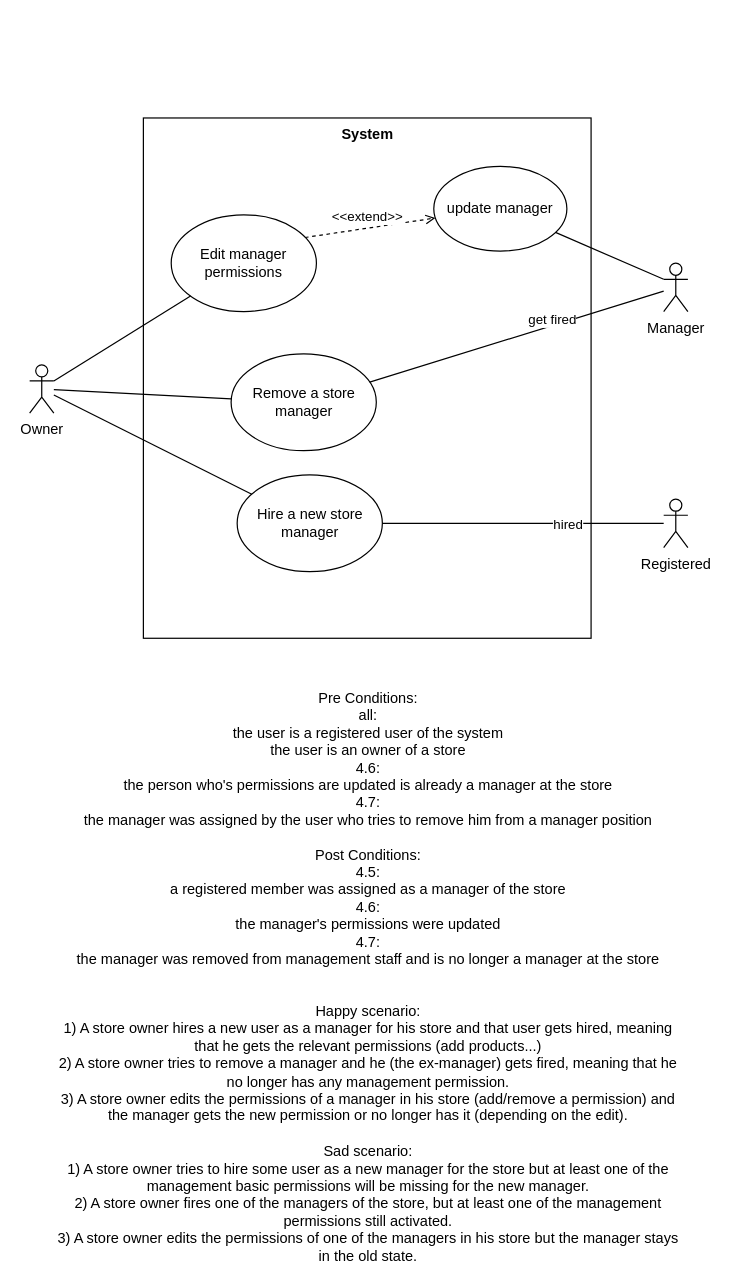
Above: use cases/use case 4.5 4.6 4.7.drawio in LevyIfta/Team-19B-Project (draw.io), before the change. Source tidied: cells renumbered, new cells numbered last; positions are measured from the earlier drawing's top-left corner, leaving out a move shared by most shapes. Both pictures are drawn from the tidied source at 121%, with x=0, y=0 at pixel (29, 117).
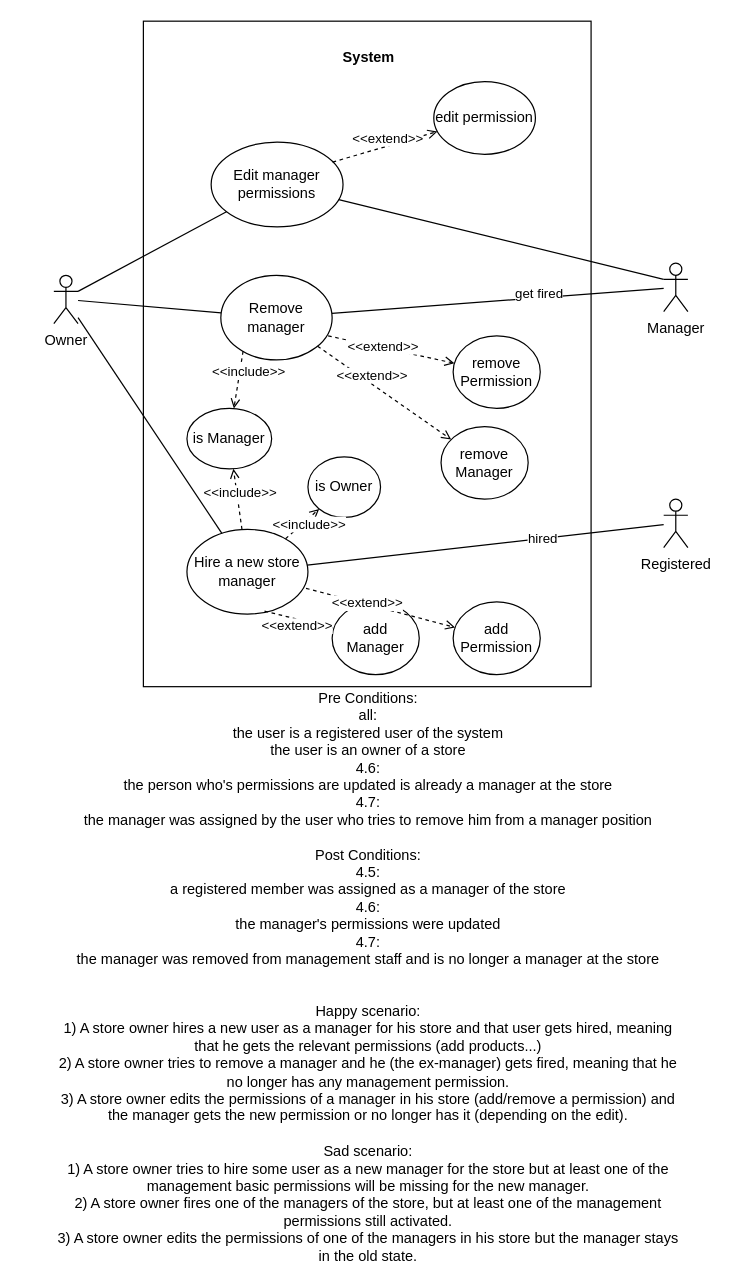
Above is the later version.

The change refers to these unchanged cells:
```xml
<mxCell id="7" value="Manager" style="shape=umlActor;verticalLabelPosition=bottom;verticalAlign=top;html=1;outlineConnect=0;" parent="1" vertex="1">
  <mxGeometry x="524" y="120" width="20" height="40" as="geometry" />
</mxCell>
```

Diff of the diagram source:
```diff
@@
     <mxCell id="2" style="rounded=0;whiteSpace=wrap;html=1;" parent="1" vertex="1">
-      <mxGeometry x="94" width="370" height="430" as="geometry" />
+      <mxGeometry x="94" y="-80" width="370" height="550" as="geometry" />
     </mxCell>
     <mxCell id="3" value="Owner" style="shape=umlActor;verticalLabelPosition=bottom;verticalAlign=top;html=1;outlineConnect=0;" parent="1" vertex="1">
-      <mxGeometry y="204" width="20" height="40" as="geometry" />
+      <mxGeometry x="20" y="130" width="20" height="40" as="geometry" />
     </mxCell>
@@
     <mxCell id="5" value="Hire a new store manager" style="ellipse;whiteSpace=wrap;html=1;" parent="1" vertex="1">
-      <mxGeometry x="171.5" y="295" width="120" height="80" as="geometry" />
+      <mxGeometry x="130" y="340" width="100" height="70" as="geometry" />
     </mxCell>
@@
-    <mxCell id="8" value="Remove a store manager" style="ellipse;whiteSpace=wrap;html=1;" parent="1" vertex="1">
-      <mxGeometry x="166.5" y="195" width="120" height="80" as="geometry" />
+    <mxCell id="8" value="Remove manager" style="ellipse;whiteSpace=wrap;html=1;" parent="1" vertex="1">
+      <mxGeometry x="158" y="130" width="92" height="70" as="geometry" />
     </mxCell>
@@
     <mxCell id="11" value="Edit manager permissions" style="ellipse;whiteSpace=wrap;html=1;" parent="1" vertex="1">
-      <mxGeometry x="117" y="80" width="120" height="80" as="geometry" />
+      <mxGeometry x="150" y="20" width="109" height="70" as="geometry" />
     </mxCell>
@@
     <mxCell id="14" value="&lt;b&gt;System&lt;/b&gt;" style="text;html=1;align=center;verticalAlign=middle;" parent="1" vertex="1">
-      <mxGeometry x="249" y="4" width="60" height="20" as="geometry" />
+      <mxGeometry x="250" y="-60" width="60" height="20" as="geometry" />
     </mxCell>
-    <mxCell id="15" value="update manager" style="ellipse;whiteSpace=wrap;html=1;" parent="1" vertex="1">
-      <mxGeometry x="334" y="40" width="110" height="70" as="geometry" />
+    <mxCell id="15" value="edit permission" style="ellipse;whiteSpace=wrap;html=1;" parent="1" vertex="1">
+      <mxGeometry x="334" y="-30" width="84" height="60" as="geometry" />
     </mxCell>
@@
-    <mxCell id="18" style="endArrow=none;html=1;exitX=0;exitY=0.3333333333333333;exitDx=0;exitDy=0;exitPerimeter=0;" parent="1" edge="1" source="7" target="15">
+    <mxCell id="18" style="endArrow=none;html=1;exitX=0;exitY=0.3333333333333333;exitDx=0;exitDy=0;exitPerimeter=0;" parent="1" edge="1" source="7" target="11">
       <mxGeometry relative="1" as="geometry" />
     </mxCell>
@@
+    <mxCell id="20" value="is Manager" style="ellipse;whiteSpace=wrap;html=1;" parent="1" vertex="1">
+      <mxGeometry x="130" y="240" width="70" height="50" as="geometry" />
+    </mxCell>
+    <mxCell id="21" value="is Owner" style="ellipse;whiteSpace=wrap;html=1;" parent="1" vertex="1">
+      <mxGeometry x="230" y="280" width="60" height="50" as="geometry" />
+    </mxCell>
+    <mxCell id="22" style="endArrow=open;dashed=1;html=1;strokeWidth=1;endFill=0;" parent="1" edge="1" source="5" target="20">
+      <mxGeometry relative="1" as="geometry" />
+    </mxCell>
+    <mxCell id="23" value="&amp;lt;&amp;lt;include&amp;gt;&amp;gt;" style="edgeLabel;html=1;align=center;verticalAlign=middle;" parent="22" vertex="1">
+      <mxGeometry x="-0.4" y="-4" relative="1" as="geometry">
+        <mxPoint x="-4" y="-15" as="offset" />
+      </mxGeometry>
+    </mxCell>
+    <mxCell id="24" style="endArrow=open;dashed=1;html=1;strokeWidth=1;endFill=0;" parent="1" edge="1" source="5" target="21">
+      <mxGeometry relative="1" as="geometry" />
+    </mxCell>
+    <mxCell id="25" value="&amp;lt;&amp;lt;include&amp;gt;&amp;gt;" style="edgeLabel;html=1;align=center;verticalAlign=middle;" parent="24" vertex="1">
+      <mxGeometry x="-0.4" y="-4" relative="1" as="geometry">
+        <mxPoint x="8" y="-8" as="offset" />
+      </mxGeometry>
+    </mxCell>
+    <mxCell id="26" value="add Permission" style="ellipse;whiteSpace=wrap;html=1;" parent="1" vertex="1">
+      <mxGeometry x="350" y="400" width="72" height="60" as="geometry" />
+    </mxCell>
+    <mxCell id="27" value="add Manager" style="ellipse;whiteSpace=wrap;html=1;" parent="1" vertex="1">
+      <mxGeometry x="250" y="400" width="72" height="60" as="geometry" />
+    </mxCell>
+    <mxCell id="28" style="endArrow=open;dashed=1;html=1;strokeWidth=1;endFill=0;exitX=0.2;exitY=0.896;exitDx=0;exitDy=0;exitPerimeter=0;" parent="1" edge="1" source="8" target="20">
+      <mxGeometry relative="1" as="geometry" />
+    </mxCell>
+    <mxCell id="29" value="&amp;lt;&amp;lt;include&amp;gt;&amp;gt;" style="edgeLabel;html=1;align=center;verticalAlign=middle;" parent="28" vertex="1">
+      <mxGeometry x="-0.4" y="-4" relative="1" as="geometry">
+        <mxPoint x="10" y="4" as="offset" />
+      </mxGeometry>
+    </mxCell>
+    <mxCell id="30" style="endArrow=open;dashed=1;html=1;strokeWidth=1;exitX=0.641;exitY=0.965;exitDx=0;exitDy=0;endFill=0;exitPerimeter=0;" parent="1" edge="1" source="5" target="27">
+      <mxGeometry relative="1" as="geometry" />
+    </mxCell>
+    <mxCell id="31" value="&amp;lt;&amp;lt;extend&amp;gt;&amp;gt;" style="edgeLabel;html=1;align=center;verticalAlign=middle;" parent="30" vertex="1">
+      <mxGeometry x="-0.4" y="-4" relative="1" as="geometry">
+        <mxPoint x="10" y="4" as="offset" />
+      </mxGeometry>
+    </mxCell>
+    <mxCell id="32" style="endArrow=open;dashed=1;html=1;strokeWidth=1;exitX=0.984;exitY=0.696;exitDx=0;exitDy=0;endFill=0;exitPerimeter=0;" parent="1" edge="1" source="5" target="26">
+      <mxGeometry relative="1" as="geometry" />
+    </mxCell>
+    <mxCell id="33" value="&amp;lt;&amp;lt;extend&amp;gt;&amp;gt;" style="edgeLabel;html=1;align=center;verticalAlign=middle;" parent="32" vertex="1">
+      <mxGeometry x="-0.4" y="-4" relative="1" as="geometry">
+        <mxPoint x="14" y="-2" as="offset" />
+      </mxGeometry>
+    </mxCell>
+    <mxCell id="34" value="remove Permission" style="ellipse;whiteSpace=wrap;html=1;" parent="1" vertex="1">
+      <mxGeometry x="350" y="180" width="72" height="60" as="geometry" />
+    </mxCell>
+    <mxCell id="35" value="remove Manager" style="ellipse;whiteSpace=wrap;html=1;" parent="1" vertex="1">
+      <mxGeometry x="340" y="255" width="72" height="60" as="geometry" />
+    </mxCell>
+    <mxCell id="36" style="endArrow=open;dashed=1;html=1;strokeWidth=1;exitX=0.964;exitY=0.716;exitDx=0;exitDy=0;endFill=0;exitPerimeter=0;" parent="1" edge="1" source="8" target="34">
+      <mxGeometry relative="1" as="geometry" />
+    </mxCell>
+    <mxCell id="37" value="&amp;lt;&amp;lt;extend&amp;gt;&amp;gt;" style="edgeLabel;html=1;align=center;verticalAlign=middle;" parent="36" vertex="1">
+      <mxGeometry x="-0.4" y="-4" relative="1" as="geometry">
+        <mxPoint x="14" y="-2" as="offset" />
+      </mxGeometry>
+    </mxCell>
+    <mxCell id="38" style="endArrow=open;dashed=1;html=1;strokeWidth=1;endFill=0;" parent="1" edge="1" source="8" target="35">
+      <mxGeometry relative="1" as="geometry" />
+    </mxCell>
+    <mxCell id="39" value="&amp;lt;&amp;lt;extend&amp;gt;&amp;gt;" style="edgeLabel;html=1;align=center;verticalAlign=middle;" parent="38" vertex="1">
+      <mxGeometry x="-0.4" y="-4" relative="1" as="geometry">
+        <mxPoint x="14" y="-2" as="offset" />
+      </mxGeometry>
+    </mxCell>
```
